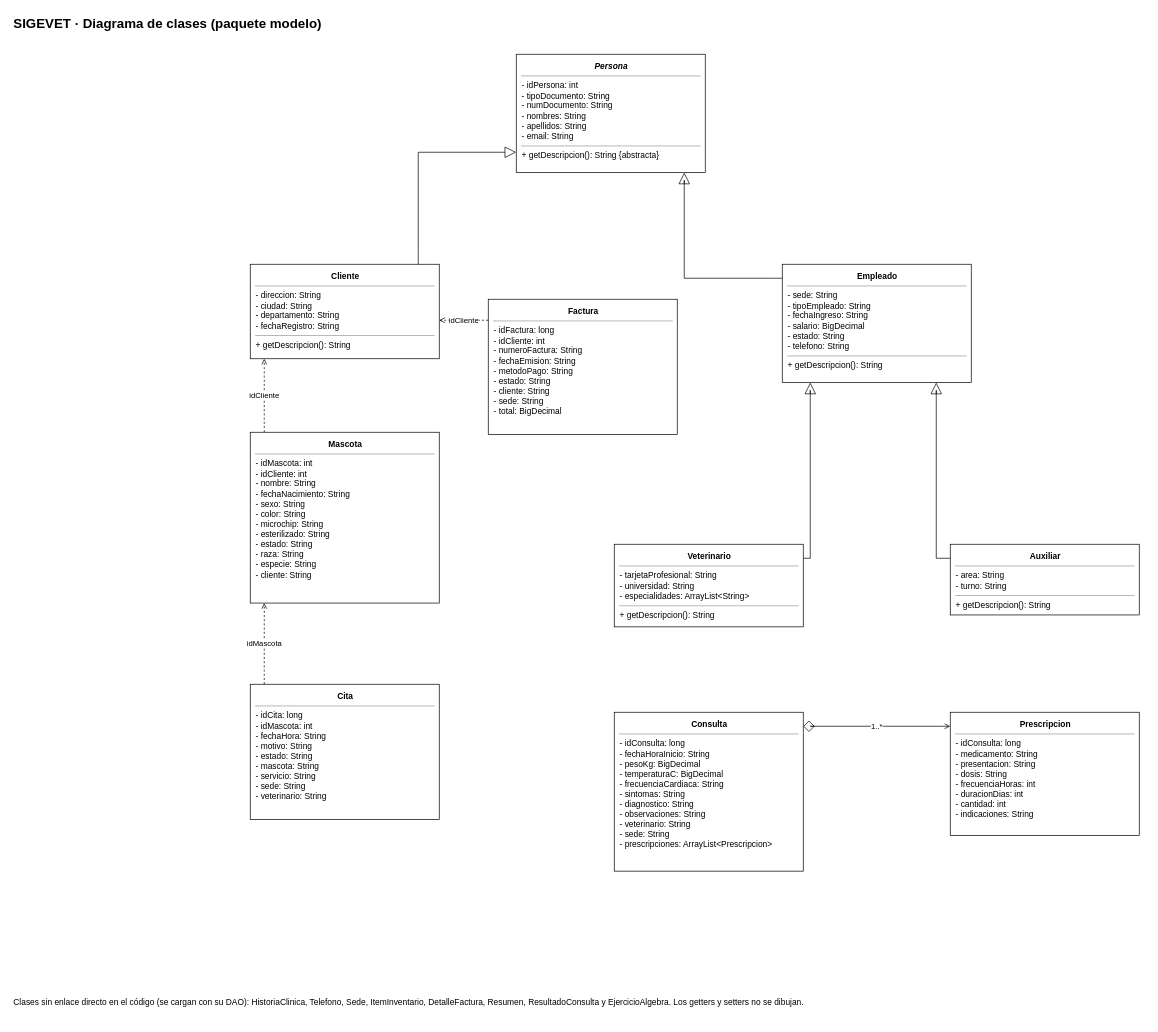
Estarlan/proyecto-bd1-sigevet keeps this draw.io diagram as documentos/fase1/diagramas_drawio/28_Clases.drawio. Above is the earlier version. Source tidied: cells renumbered, new cells numbered last; positions are measured from the earlier drawing's top-left corner, leaving out a move shared by most shapes. Both pictures are drawn from the tidied source at 70%, with x=0, y=0 at pixel (12, 12).
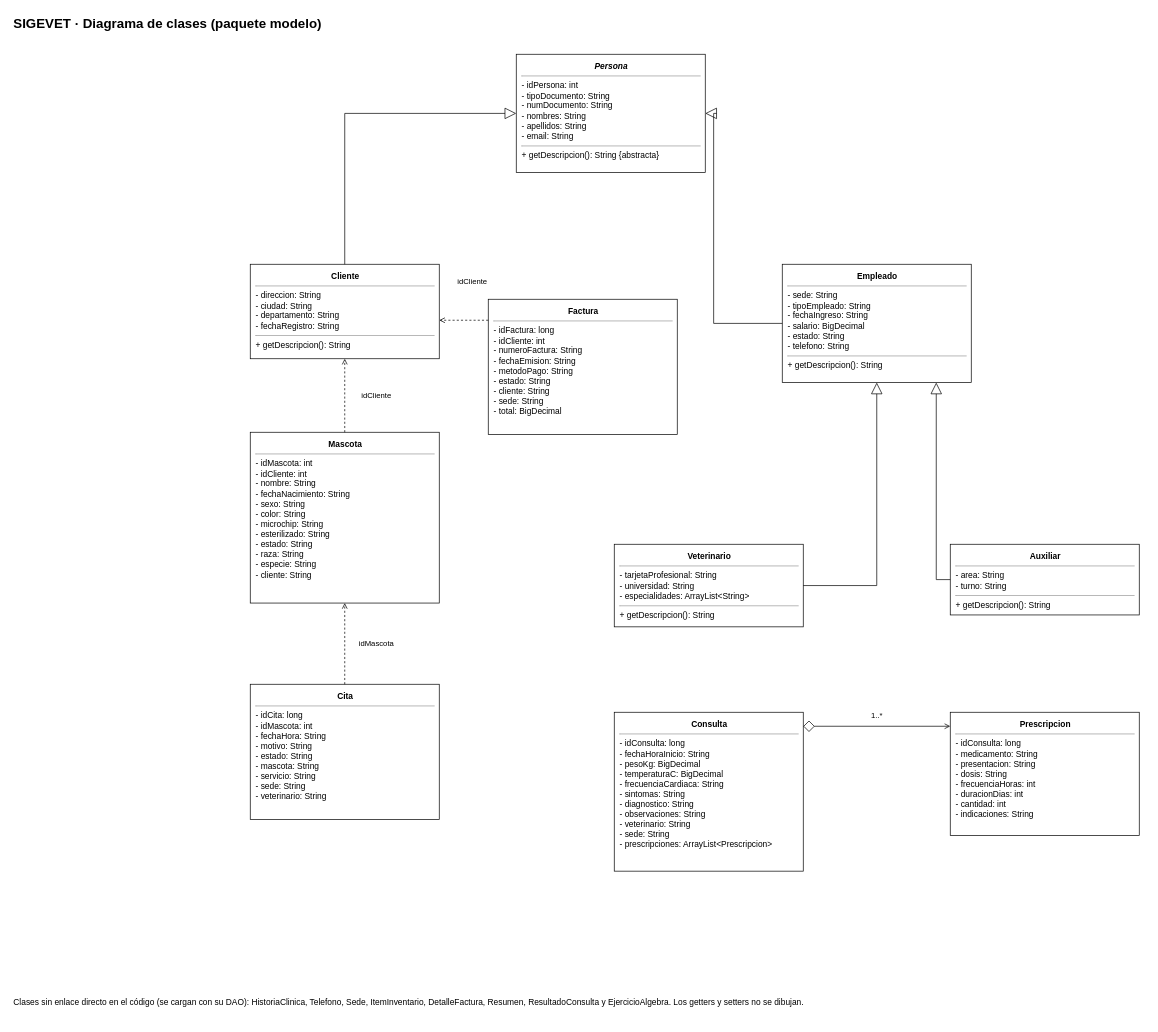
After the change.

Unchanged cells that the change refers to:
```xml
<mxCell id="3" value="&lt;div style='width:256px'&gt;&lt;div style='text-align:center'&gt;&lt;b&gt;&lt;i&gt;Persona&lt;/i&gt;&lt;/b&gt;&lt;/div&gt;&lt;hr size='1'&gt;- idPersona: int&lt;br&gt;- tipoDocumento: String&lt;br&gt;- numDocumento: String&lt;br&gt;- nombres: String&lt;br&gt;- apellidos: String&lt;br&gt;- email: String&lt;hr size='1'&gt;+ getDescripcion(): String {abstracta}&lt;/div&gt;" style="rounded=0;whiteSpace=wrap;html=1;fillColor=none;align=left;verticalAlign=top;spacingLeft=6;spacingTop=4;fontSize=12;" parent="1" vertex="1">
  <mxGeometry x="720" y="60" width="270" height="169" as="geometry" />
</mxCell>
<mxCell id="4" value="&lt;div style='width:256px'&gt;&lt;div style='text-align:center'&gt;&lt;b&gt;Cliente&lt;/b&gt;&lt;/div&gt;&lt;hr size='1'&gt;- direccion: String&lt;br&gt;- ciudad: String&lt;br&gt;- departamento: String&lt;br&gt;- fechaRegistro: String&lt;hr size='1'&gt;+ getDescripcion(): String&lt;/div&gt;" style="rounded=0;whiteSpace=wrap;html=1;fillColor=none;align=left;verticalAlign=top;spacingLeft=6;spacingTop=4;fontSize=12;" parent="1" vertex="1">
  <mxGeometry x="340" y="360" width="270" height="135" as="geometry" />
</mxCell>
<mxCell id="5" value="&lt;div style='width:256px'&gt;&lt;div style='text-align:center'&gt;&lt;b&gt;Empleado&lt;/b&gt;&lt;/div&gt;&lt;hr size='1'&gt;- sede: String&lt;br&gt;- tipoEmpleado: String&lt;br&gt;- fechaIngreso: String&lt;br&gt;- salario: BigDecimal&lt;br&gt;- estado: String&lt;br&gt;- telefono: String&lt;hr size='1'&gt;+ getDescripcion(): String&lt;/div&gt;" style="rounded=0;whiteSpace=wrap;html=1;fillColor=none;align=left;verticalAlign=top;spacingLeft=6;spacingTop=4;fontSize=12;" parent="1" vertex="1">
  <mxGeometry x="1100" y="360" width="270" height="169" as="geometry" />
</mxCell>
<mxCell id="6" value="&lt;div style='width:256px'&gt;&lt;div style='text-align:center'&gt;&lt;b&gt;Veterinario&lt;/b&gt;&lt;/div&gt;&lt;hr size='1'&gt;- tarjetaProfesional: String&lt;br&gt;- universidad: String&lt;br&gt;- especialidades: ArrayList&amp;lt;String&amp;gt;&lt;hr size='1'&gt;+ getDescripcion(): String&lt;/div&gt;" style="rounded=0;whiteSpace=wrap;html=1;fillColor=none;align=left;verticalAlign=top;spacingLeft=6;spacingTop=4;fontSize=12;" parent="1" vertex="1">
  <mxGeometry x="860" y="760" width="270" height="118" as="geometry" />
</mxCell>
<mxCell id="7" value="&lt;div style='width:256px'&gt;&lt;div style='text-align:center'&gt;&lt;b&gt;Auxiliar&lt;/b&gt;&lt;/div&gt;&lt;hr size='1'&gt;- area: String&lt;br&gt;- turno: String&lt;hr size='1'&gt;+ getDescripcion(): String&lt;/div&gt;" style="rounded=0;whiteSpace=wrap;html=1;fillColor=none;align=left;verticalAlign=top;spacingLeft=6;spacingTop=4;fontSize=12;" parent="1" vertex="1">
  <mxGeometry x="1340" y="760" width="270" height="101" as="geometry" />
</mxCell>
<mxCell id="8" value="&lt;div style='width:256px'&gt;&lt;div style='text-align:center'&gt;&lt;b&gt;Mascota&lt;/b&gt;&lt;/div&gt;&lt;hr size='1'&gt;- idMascota: int&lt;br&gt;- idCliente: int&lt;br&gt;- nombre: String&lt;br&gt;- fechaNacimiento: String&lt;br&gt;- sexo: String&lt;br&gt;- color: String&lt;br&gt;- microchip: String&lt;br&gt;- esterilizado: String&lt;br&gt;- estado: String&lt;br&gt;- raza: String&lt;br&gt;- especie: String&lt;br&gt;- cliente: String&lt;/div&gt;" style="rounded=0;whiteSpace=wrap;html=1;fillColor=none;align=left;verticalAlign=top;spacingLeft=6;spacingTop=4;fontSize=12;" parent="1" vertex="1">
  <mxGeometry x="340" y="600" width="270" height="244" as="geometry" />
</mxCell>
<mxCell id="9" value="&lt;div style='width:256px'&gt;&lt;div style='text-align:center'&gt;&lt;b&gt;Cita&lt;/b&gt;&lt;/div&gt;&lt;hr size='1'&gt;- idCita: long&lt;br&gt;- idMascota: int&lt;br&gt;- fechaHora: String&lt;br&gt;- motivo: String&lt;br&gt;- estado: String&lt;br&gt;- mascota: String&lt;br&gt;- servicio: String&lt;br&gt;- sede: String&lt;br&gt;- veterinario: String&lt;/div&gt;" style="rounded=0;whiteSpace=wrap;html=1;fillColor=none;align=left;verticalAlign=top;spacingLeft=6;spacingTop=4;fontSize=12;" parent="1" vertex="1">
  <mxGeometry x="340" y="960" width="270" height="193" as="geometry" />
</mxCell>
<mxCell id="10" value="&lt;div style='width:256px'&gt;&lt;div style='text-align:center'&gt;&lt;b&gt;Factura&lt;/b&gt;&lt;/div&gt;&lt;hr size='1'&gt;- idFactura: long&lt;br&gt;- idCliente: int&lt;br&gt;- numeroFactura: String&lt;br&gt;- fechaEmision: String&lt;br&gt;- metodoPago: String&lt;br&gt;- estado: String&lt;br&gt;- cliente: String&lt;br&gt;- sede: String&lt;br&gt;- total: BigDecimal&lt;/div&gt;" style="rounded=0;whiteSpace=wrap;html=1;fillColor=none;align=left;verticalAlign=top;spacingLeft=6;spacingTop=4;fontSize=12;" parent="1" vertex="1">
  <mxGeometry x="680" y="410" width="270" height="193" as="geometry" />
</mxCell>
<mxCell id="11" value="&lt;div style='width:256px'&gt;&lt;div style='text-align:center'&gt;&lt;b&gt;Consulta&lt;/b&gt;&lt;/div&gt;&lt;hr size='1'&gt;- idConsulta: long&lt;br&gt;- fechaHoraInicio: String&lt;br&gt;- pesoKg: BigDecimal&lt;br&gt;- temperaturaC: BigDecimal&lt;br&gt;- frecuenciaCardiaca: String&lt;br&gt;- sintomas: String&lt;br&gt;- diagnostico: String&lt;br&gt;- observaciones: String&lt;br&gt;- veterinario: String&lt;br&gt;- sede: String&lt;br&gt;- prescripciones: ArrayList&amp;lt;Prescripcion&amp;gt;&lt;/div&gt;" style="rounded=0;whiteSpace=wrap;html=1;fillColor=none;align=left;verticalAlign=top;spacingLeft=6;spacingTop=4;fontSize=12;" parent="1" vertex="1">
  <mxGeometry x="860" y="1000" width="270" height="227" as="geometry" />
</mxCell>
<mxCell id="12" value="&lt;div style='width:256px'&gt;&lt;div style='text-align:center'&gt;&lt;b&gt;Prescripcion&lt;/b&gt;&lt;/div&gt;&lt;hr size='1'&gt;- idConsulta: long&lt;br&gt;- medicamento: String&lt;br&gt;- presentacion: String&lt;br&gt;- dosis: String&lt;br&gt;- frecuenciaHoras: int&lt;br&gt;- duracionDias: int&lt;br&gt;- cantidad: int&lt;br&gt;- indicaciones: String&lt;/div&gt;" style="rounded=0;whiteSpace=wrap;html=1;fillColor=none;align=left;verticalAlign=top;spacingLeft=6;spacingTop=4;fontSize=12;" parent="1" vertex="1">
  <mxGeometry x="1340" y="1000" width="270" height="176" as="geometry" />
</mxCell>
```

Change to the diagram source:
```diff
@@
-    <mxCell id="13" style="edgeStyle=orthogonalEdgeStyle;html=1;endArrow=block;endFill=0;endSize=14;rounded=0;exitX=0.5;exitY=0;entryX=0.5;entryY=1;edgeStyle=none;rounded=0;exitX=0.88888889;exitY=0.00000000;exitPerimeter=0;entryX=0.00000000;entryY=0.82840237;entryPerimeter=0;" parent="1" edge="1" source="4" target="3">
+    <mxCell id="13" style="edgeStyle=orthogonalEdgeStyle;html=1;endArrow=block;endFill=0;endSize=14;rounded=0;exitX=0.5;exitY=0;entryX=0.5;entryY=1;edgeStyle=none;rounded=0;exitX=0.88888889;exitY=0.00000000;exitPerimeter=0;entryX=0.00000000;entryY=0.82840237;entryPerimeter=0;exitX=0.50000000;exitY=0.00000000;exitPerimeter=0;entryX=0.00000000;entryY=0.50000000;entryPerimeter=0;" parent="1" edge="1" source="4" target="3">
       <mxGeometry relative="1" as="geometry">
         <Array as="points">
-          <mxPoint x="580" y="340" />
-          <mxPoint x="580" y="200" />
-          <mxPoint x="700" y="200" />
+          <mxPoint x="475" y="360" />
+          <mxPoint x="475" y="144.5" />
+          <mxPoint x="720" y="144.5" />
         </Array>
       </mxGeometry>
     </mxCell>
-    <mxCell id="14" style="edgeStyle=orthogonalEdgeStyle;html=1;endArrow=block;endFill=0;endSize=14;rounded=0;exitX=0.5;exitY=0;entryX=0.5;entryY=1;edgeStyle=none;rounded=0;exitX=0.00000000;exitY=0.11834320;exitPerimeter=0;entryX=0.88888889;entryY=1.00000000;entryPerimeter=0;" parent="1" edge="1" source="5" target="3">
+    <mxCell id="14" style="edgeStyle=orthogonalEdgeStyle;html=1;endArrow=block;endFill=0;endSize=14;rounded=0;exitX=0.5;exitY=0;entryX=0.5;entryY=1;edgeStyle=none;rounded=0;exitX=0.00000000;exitY=0.11834320;exitPerimeter=0;entryX=0.88888889;entryY=1.00000000;entryPerimeter=0;exitX=0.00000000;exitY=0.50000000;exitPerimeter=0;entryX=1.00000000;entryY=0.50000000;entryPerimeter=0;" parent="1" edge="1" source="5" target="3">
       <mxGeometry relative="1" as="geometry">
         <Array as="points">
-          <mxPoint x="1080" y="380" />
-          <mxPoint x="960" y="380" />
-          <mxPoint x="960" y="240" />
+          <mxPoint x="1100" y="444.5" />
+          <mxPoint x="1002" y="444.5" />
+          <mxPoint x="1002" y="144.5" />
+          <mxPoint x="990" y="144.5" />
         </Array>
       </mxGeometry>
     </mxCell>
-    <mxCell id="15" style="edgeStyle=orthogonalEdgeStyle;html=1;endArrow=block;endFill=0;endSize=14;rounded=0;exitX=0.5;exitY=0;entryX=0.5;entryY=1;edgeStyle=none;rounded=0;exitX=1.00000000;exitY=0.16949153;exitPerimeter=0;entryX=0.14814815;entryY=1.00000000;entryPerimeter=0;" parent="1" edge="1" source="6" target="5">
+    <mxCell id="15" style="edgeStyle=orthogonalEdgeStyle;html=1;endArrow=block;endFill=0;endSize=14;rounded=0;exitX=0.5;exitY=0;entryX=0.5;entryY=1;edgeStyle=none;rounded=0;exitX=1.00000000;exitY=0.16949153;exitPerimeter=0;entryX=0.14814815;entryY=1.00000000;entryPerimeter=0;exitX=1.00000000;exitY=0.50000000;exitPerimeter=0;entryX=0.50000000;entryY=1.00000000;entryPerimeter=0;" parent="1" edge="1" source="6" target="5">
       <mxGeometry relative="1" as="geometry">
         <Array as="points">
-          <mxPoint x="1140" y="780" />
-          <mxPoint x="1140" y="540" />
+          <mxPoint x="1130" y="819" />
+          <mxPoint x="1235" y="819" />
+          <mxPoint x="1235" y="529" />
         </Array>
       </mxGeometry>
     </mxCell>
-    <mxCell id="16" style="edgeStyle=orthogonalEdgeStyle;html=1;endArrow=block;endFill=0;endSize=14;rounded=0;exitX=0.5;exitY=0;entryX=0.5;entryY=1;edgeStyle=none;rounded=0;exitX=0.00000000;exitY=0.19801980;exitPerimeter=0;entryX=0.81481481;entryY=1.00000000;entryPerimeter=0;" parent="1" edge="1" source="7" target="5">
+    <mxCell id="16" style="edgeStyle=orthogonalEdgeStyle;html=1;endArrow=block;endFill=0;endSize=14;rounded=0;exitX=0.5;exitY=0;entryX=0.5;entryY=1;edgeStyle=none;rounded=0;exitX=0.00000000;exitY=0.19801980;exitPerimeter=0;entryX=0.81481481;entryY=1.00000000;entryPerimeter=0;exitX=0.00000000;exitY=0.50000000;exitPerimeter=0;entryX=0.81481481;entryY=1.00000000;entryPerimeter=0;" parent="1" edge="1" source="7" target="5">
       <mxGeometry relative="1" as="geometry">
         <Array as="points">
-          <mxPoint x="1320" y="780" />
-          <mxPoint x="1320" y="540" />
+          <mxPoint x="1340" y="810.5" />
+          <mxPoint x="1320" y="810.5" />
+          <mxPoint x="1320" y="529" />
         </Array>
       </mxGeometry>
     </mxCell>
-    <mxCell id="17" value="1..*" style="edgeStyle=orthogonalEdgeStyle;html=1;startArrow=diamond;startFill=0;startSize=14;endArrow=open;rounded=0;exitX=1;exitY=0.5;entryX=0;entryY=0.5;edgeStyle=none;rounded=0;exitX=1.00000000;exitY=0.08810573;exitPerimeter=0;entryX=0.00000000;entryY=0.11363636;entryPerimeter=0;" parent="1" edge="1" source="11" target="12">
+    <mxCell id="17" value="1..*" style="edgeStyle=orthogonalEdgeStyle;html=1;startArrow=diamond;startFill=0;startSize=14;endArrow=open;rounded=0;exitX=1;exitY=0.5;entryX=0;entryY=0.5;edgeStyle=none;rounded=0;exitX=1.00000000;exitY=0.08810573;exitPerimeter=0;entryX=0.00000000;entryY=0.11363636;entryPerimeter=0;exitX=1.00000000;exitY=0.08810573;exitPerimeter=0;entryX=0.00000000;entryY=0.11363636;entryPerimeter=0;" parent="1" edge="1" source="11" target="12">
       <mxGeometry relative="1" as="geometry">
         <Array as="points">
-          <mxPoint x="1140" y="1020" />
-          <mxPoint x="1320" y="1020" />
+          <mxPoint x="1130" y="1020" />
+          <mxPoint x="1340" y="1020" />
         </Array>
+        <mxPoint y="-15.1" as="offset" />
       </mxGeometry>
     </mxCell>
-    <mxCell id="18" value="idCliente" style="edgeStyle=orthogonalEdgeStyle;html=1;dashed=1;endArrow=open;rounded=0;exitX=0.5;exitY=0;entryX=0.5;entryY=1;edgeStyle=none;rounded=0;exitX=0.07407407;exitY=0.00000000;exitPerimeter=0;entryX=0.07407407;entryY=1.00000000;entryPerimeter=0;" parent="1" edge="1" source="8" target="4">
+    <mxCell id="18" value="idCliente" style="edgeStyle=orthogonalEdgeStyle;html=1;dashed=1;endArrow=open;rounded=0;exitX=0.5;exitY=0;entryX=0.5;entryY=1;edgeStyle=none;rounded=0;exitX=0.07407407;exitY=0.00000000;exitPerimeter=0;entryX=0.07407407;entryY=1.00000000;entryPerimeter=0;exitX=0.50000000;exitY=0.00000000;exitPerimeter=0;entryX=0.50000000;entryY=1.00000000;entryPerimeter=0;" parent="1" edge="1" source="8" target="4">
       <mxGeometry relative="1" as="geometry">
         <Array as="points">
-          <mxPoint x="360" y="580" />
-          <mxPoint x="360" y="520" />
+          <mxPoint x="475" y="600" />
+          <mxPoint x="475" y="495" />
         </Array>
+        <mxPoint x="45.1" as="offset" />
       </mxGeometry>
     </mxCell>
-    <mxCell id="19" value="idMascota" style="edgeStyle=orthogonalEdgeStyle;html=1;dashed=1;endArrow=open;rounded=0;exitX=0.5;exitY=0;entryX=0.5;entryY=1;edgeStyle=none;rounded=0;exitX=0.07407407;exitY=0.00000000;exitPerimeter=0;entryX=0.07407407;entryY=1.00000000;entryPerimeter=0;" parent="1" edge="1" source="9" target="8">
+    <mxCell id="19" value="idMascota" style="edgeStyle=orthogonalEdgeStyle;html=1;dashed=1;endArrow=open;rounded=0;exitX=0.5;exitY=0;entryX=0.5;entryY=1;edgeStyle=none;rounded=0;exitX=0.07407407;exitY=0.00000000;exitPerimeter=0;entryX=0.07407407;entryY=1.00000000;entryPerimeter=0;exitX=0.50000000;exitY=0.00000000;exitPerimeter=0;entryX=0.50000000;entryY=1.00000000;entryPerimeter=0;" parent="1" edge="1" source="9" target="8">
       <mxGeometry relative="1" as="geometry">
         <Array as="points">
-          <mxPoint x="360" y="940" />
-          <mxPoint x="360" y="860" />
+          <mxPoint x="475" y="960" />
+          <mxPoint x="475" y="844" />
         </Array>
+        <mxPoint x="45.1" as="offset" />
       </mxGeometry>
     </mxCell>
-    <mxCell id="20" value="idCliente" style="edgeStyle=orthogonalEdgeStyle;html=1;dashed=1;endArrow=open;rounded=0;exitX=0;exitY=0.36;entryX=1;entryY=0.9;edgeStyle=none;rounded=0;exitX=0.00000000;exitY=0.15544041;exitPerimeter=0;entryX=1.00000000;entryY=0.59259259;entryPerimeter=0;" parent="1" edge="1" source="10" target="4">
-      <mxGeometry relative="1" as="geometry">
+    <mxCell id="20" value="idCliente" style="edgeStyle=orthogonalEdgeStyle;html=1;dashed=1;endArrow=open;rounded=0;exitX=0;exitY=0.36;entryX=1;entryY=0.9;edgeStyle=none;rounded=0;exitX=0.00000000;exitY=0.15544041;exitPerimeter=0;entryX=1.00000000;entryY=0.59259259;entryPerimeter=0;exitX=0.00000000;exitY=0.15544041;exitPerimeter=0;entryX=1.00000000;entryY=0.59259259;entryPerimeter=0;" parent="1" edge="1" source="10" target="4">
+      <mxGeometry x="-0.34" relative="1" as="geometry">
         <Array as="points">
-          <mxPoint x="660" y="440" />
-          <mxPoint x="620" y="440" />
+          <mxPoint x="680" y="440" />
+          <mxPoint x="610" y="440" />
         </Array>
+        <mxPoint y="-55.1" as="offset" />
       </mxGeometry>
     </mxCell>
```
